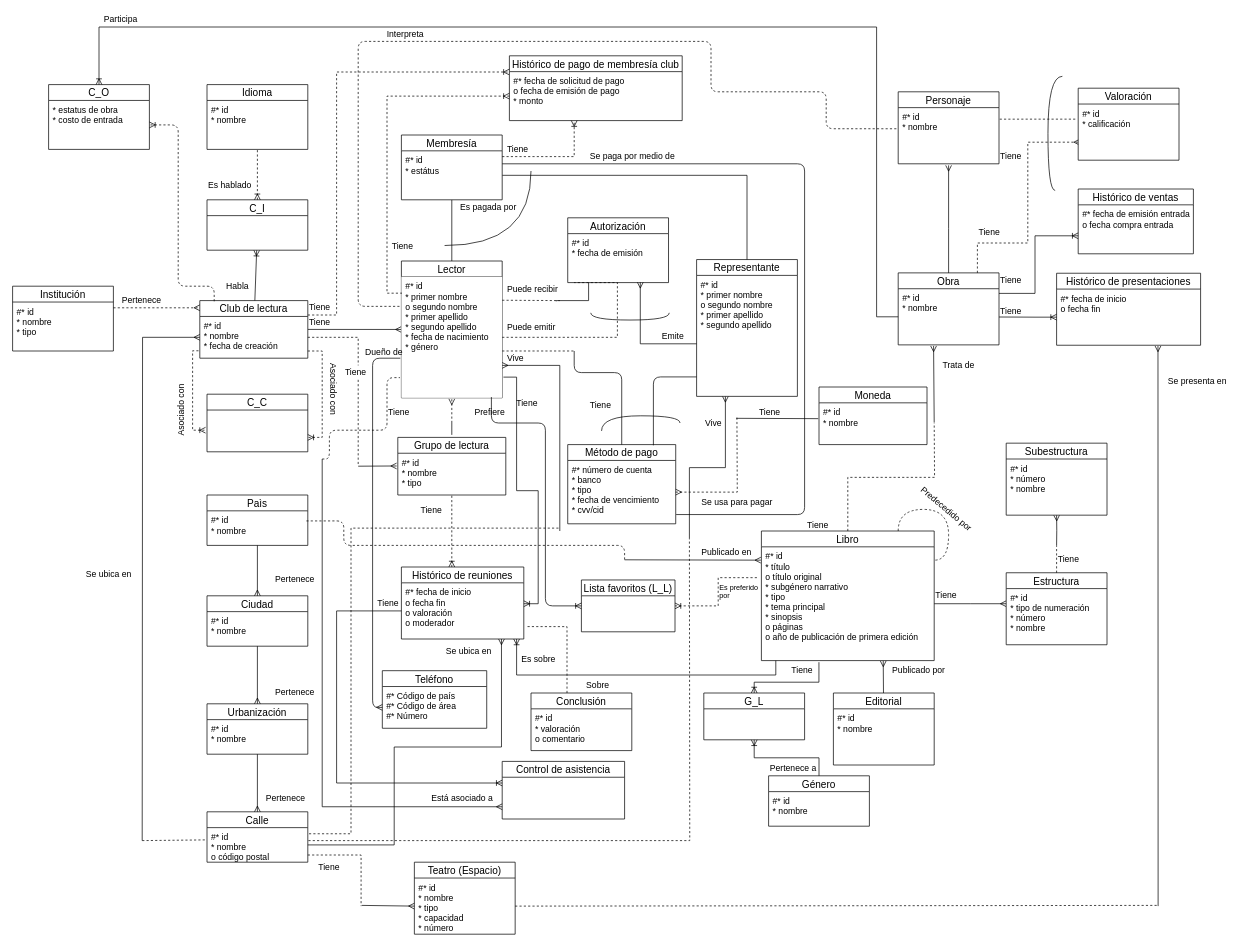
NeutronBlast/IS-Ex keeps this draw.io diagram as DB I/Hopefully this will be the last ER.drawio. Above is the earlier version. Source tidied: cells renumbered, new cells numbered last; positions are measured from the earlier drawing's top-left corner, leaving out a move shared by most shapes. Both pictures are drawn from the tidied source at 72%, with x=0, y=0 at pixel (12, 12).
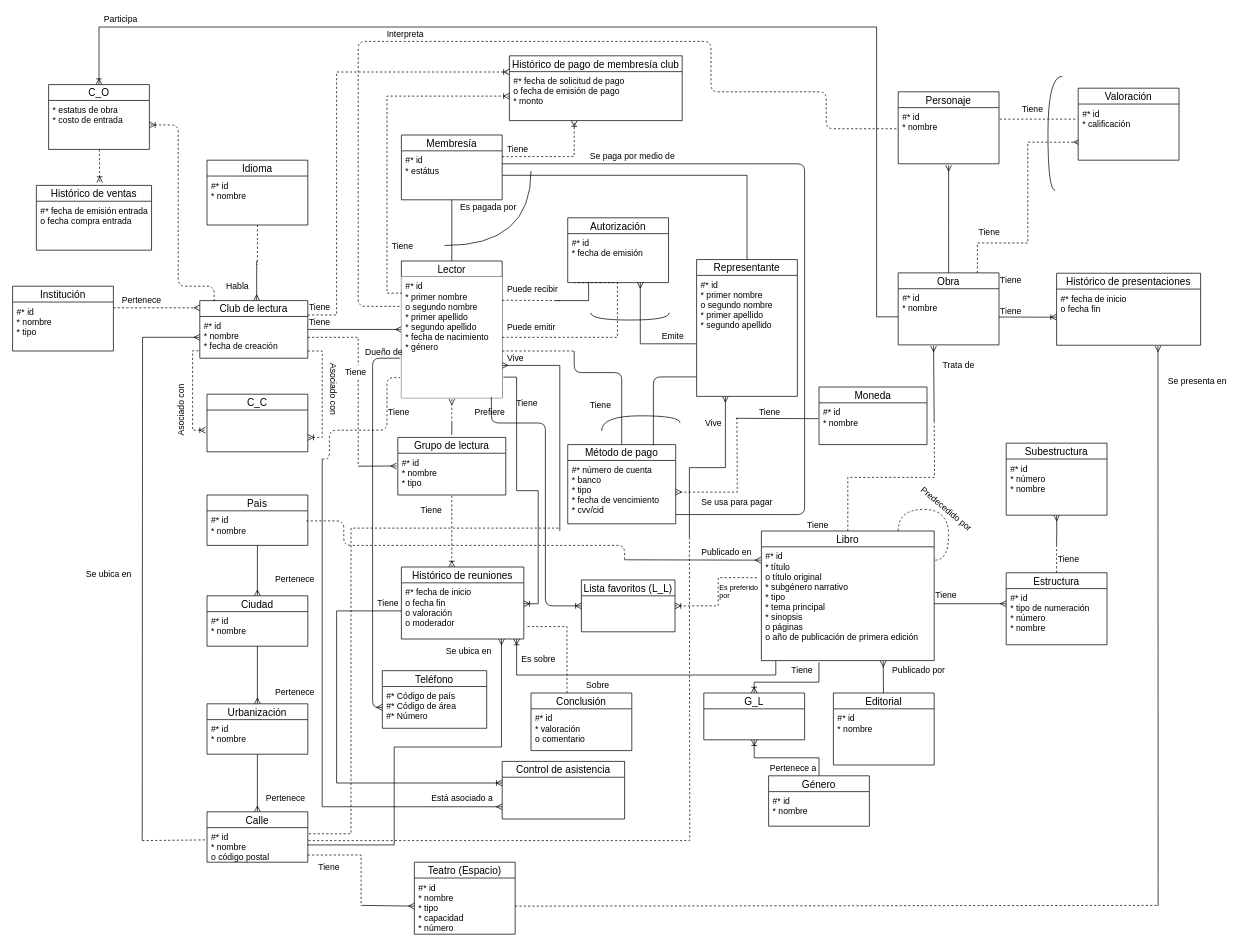
The same page after the edit.

The change refers to these unchanged cells:
```xml
<mxCell id="5" value="Club de lectura" style="swimlane;fontStyle=0;horizontal=1;startSize=22;fillColor=none;swimlaneFillColor=#ffffff;align=center;fontSize=14;" parent="1" vertex="1">
  <mxGeometry x="260" y="400" width="150" height="80" as="geometry" />
</mxCell>
<mxCell id="28" value="#* id&#10;* nombre&#10;" style="text;strokeColor=none;fillColor=none;spacingLeft=4;spacingRight=4;overflow=hidden;points=[[0,0.5],[1,0.5]];portConstraint=eastwest;fontSize=12;" parent="27" vertex="1">
  <mxGeometry y="22" width="140" height="68" as="geometry" />
</mxCell>
<mxCell id="148" value="#* id&#10;* nombre&#10;&#10;&#10;" style="text;strokeColor=none;fillColor=none;spacingLeft=4;spacingRight=4;overflow=hidden;points=[[0,0.5],[1,0.5]];portConstraint=eastwest;fontSize=12;" parent="147" vertex="1">
  <mxGeometry y="22" width="140" height="78" as="geometry" />
</mxCell>
<mxCell id="169" value="* estatus de obra&#10;* costo de entrada&#10;" style="text;strokeColor=none;fillColor=none;spacingLeft=4;spacingRight=4;overflow=hidden;points=[[0,0.5],[1,0.5]];portConstraint=eastwest;fontSize=12;" parent="168" vertex="1">
  <mxGeometry y="22" width="140" height="68" as="geometry" />
</mxCell>
<mxCell id="174" value="#* fecha de emisión entrada&#10;o fecha compra entrada&#10;" style="text;strokeColor=none;fillColor=none;spacingLeft=4;spacingRight=4;overflow=hidden;points=[[0,0.5],[1,0.5]];portConstraint=eastwest;fontSize=12;" parent="173" vertex="1">
  <mxGeometry y="22" width="160" height="68" as="geometry" />
</mxCell>
```

What changed in the source:
```diff
@@
-    <mxCell id="3" style="edgeStyle=none;rounded=0;jettySize=auto;html=1;startArrow=none;startFill=0;endArrow=ERoneToMany;endFill=0;" parent="1" edge="1" source="5">
-      <mxGeometry relative="1" as="geometry">
-        <mxPoint x="339" y="330" as="targetPoint" />
-      </mxGeometry>
-    </mxCell>
@@
-    <mxCell id="25" style="edgeStyle=none;rounded=0;jettySize=auto;html=1;startArrow=ERoneToMany;startFill=0;endArrow=none;endFill=0;dashed=1;" parent="1" edge="1" source="26" target="28">
-      <mxGeometry relative="1" as="geometry" />
-    </mxCell>
-    <mxCell id="26" value="C_I" style="swimlane;fontStyle=0;horizontal=1;startSize=22;fillColor=none;swimlaneFillColor=#ffffff;align=center;fontSize=14;" parent="1" vertex="1">
-      <mxGeometry x="270" y="260" width="140" height="70" as="geometry" />
-    </mxCell>
+    <mxCell id="194" style="edgeStyle=none;rounded=0;jettySize=auto;html=1;dashed=1;endArrow=none;endFill=0;" parent="1" edge="1" source="27">
+      <mxGeometry relative="1" as="geometry">
+        <mxPoint x="340" y="350" as="targetPoint" />
+      </mxGeometry>
+    </mxCell>
     <mxCell id="27" value="Idioma" style="swimlane;fontStyle=0;horizontal=1;startSize=22;fillColor=none;swimlaneFillColor=#ffffff;align=center;fontSize=14;" parent="1" vertex="1">
-      <mxGeometry x="270" y="100" width="140" height="90" as="geometry" />
+      <mxGeometry x="270" y="205" width="140" height="90" as="geometry" />
     </mxCell>
@@
-    <mxCell id="56" value="Es hablado" style="text;html=1;align=left;verticalAlign=top;spacingTop=-4;" parent="1" vertex="1">
-      <mxGeometry x="270" y="230" width="70" height="20" as="geometry" />
-    </mxCell>
@@
     <mxCell id="173" value="Histórico de ventas" style="swimlane;fontStyle=0;horizontal=1;startSize=22;fillColor=none;swimlaneFillColor=#ffffff;align=center;fontSize=14;" parent="1" vertex="1">
-      <mxGeometry x="1480" y="245" width="160" height="90" as="geometry" />
+      <mxGeometry x="33" y="240" width="160" height="90" as="geometry" />
     </mxCell>
@@
-    <mxCell id="175" style="edgeStyle=orthogonalEdgeStyle;rounded=0;jettySize=auto;html=1;startArrow=none;startFill=0;endArrow=ERoneToMany;endFill=0;strokeColor=#000000;" parent="1" edge="1" source="148" target="174">
-      <mxGeometry relative="1" as="geometry">
-        <Array as="points">
-          <mxPoint x="1420" y="390" />
-          <mxPoint x="1420" y="310" />
-        </Array>
-      </mxGeometry>
-    </mxCell>
     <mxCell id="176" value="Tiene" style="text;html=1;align=left;verticalAlign=top;spacingTop=-4;" parent="1" vertex="1">
-      <mxGeometry x="1370" y="190" width="40" height="20" as="geometry" />
+      <mxGeometry x="1400" y="125" width="40" height="20" as="geometry" />
     </mxCell>
@@
+    <mxCell id="195" style="edgeStyle=none;rounded=0;jettySize=auto;html=1;entryX=0.55;entryY=-0.044;entryDx=0;entryDy=0;entryPerimeter=0;dashed=1;endArrow=ERoneToMany;endFill=0;" parent="1" edge="1" source="169" target="173">
+      <mxGeometry relative="1" as="geometry" />
+    </mxCell>
+    <mxCell id="196" style="edgeStyle=none;rounded=0;orthogonalLoop=1;jettySize=auto;html=1;endArrow=ERmany;endFill=0;" parent="1" edge="1">
+      <mxGeometry relative="1" as="geometry">
+        <mxPoint x="339" y="345" as="sourcePoint" />
+        <mxPoint x="339" y="400" as="targetPoint" />
+      </mxGeometry>
+    </mxCell>
```
